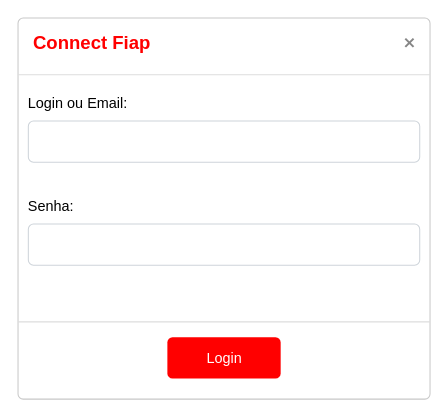
The draw.io diagram page "Login" (1 of 2) of prototipo-login.drawio in profalexanderalbuquerque/projeto-web, before the edit. Source tidied: cells renumbered, new cells numbered last; positions are measured from the earlier drawing's top-left corner, leaving out a move shared by most shapes. Both pictures are drawn from the tidied source at 103%, with x=0, y=0 at pixel (18, 18).
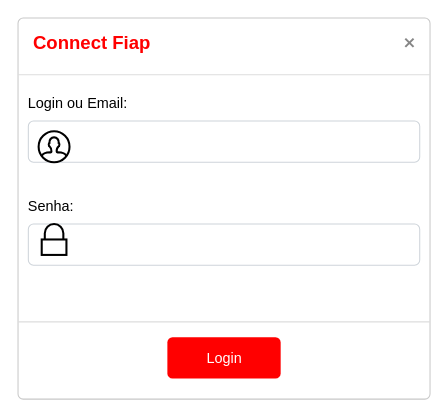
Above is the later version.

Commit message:
Ajuste de icones nas caixas de texto

Change to the diagram source:
```diff
@@
 <mxGraphModel>
   <root>
     <mxCell id="0" />
     <mxCell id="1" parent="0" />
     <mxCell id="2" value="Connect Fiap" style="html=1;shadow=0;dashed=0;shape=mxgraph.bootstrap.rrect;rSize=5;html=1;strokeColor=#C8C8C8;fillColor=#ffffff;whiteSpace=wrap;verticalAlign=top;align=left;fontSize=18;spacing=15;spacingTop=-5;rounded=1;fontStyle=1;fontColor=#FF0000;" parent="1" vertex="1">
       <mxGeometry width="400" height="370" as="geometry" />
     </mxCell>
     <mxCell id="3" style="shape=line;strokeColor=#dddddd;rounded=1;" parent="2" vertex="1">
       <mxGeometry width="400" height="10" relative="1" as="geometry">
         <mxPoint y="50" as="offset" />
       </mxGeometry>
     </mxCell>
     <mxCell id="4" style="html=1;shadow=0;dashed=0;shape=mxgraph.bootstrap.x;strokeColor=#868686;strokeWidth=2;rounded=1;" parent="2" vertex="1">
       <mxGeometry x="1" width="8" height="8" relative="1" as="geometry">
         <mxPoint x="-24" y="20" as="offset" />
       </mxGeometry>
     </mxCell>
     <mxCell id="5" value="Login ou Email:" style="strokeColor=none;fillColor=none;align=left;verticalAlign=top;spacing=10;fontSize=14;whiteSpace=wrap;html=1;rounded=1;" parent="2" vertex="1">
       <mxGeometry width="400" height="40" relative="1" as="geometry">
         <mxPoint y="60" as="offset" />
       </mxGeometry>
     </mxCell>
     <mxCell id="6" style="html=1;shadow=0;dashed=0;shape=mxgraph.bootstrap.rrect;rSize=5;strokeColor=#CED4DA;fillColor=none;align=left;verticalAlign=middle;spacing=10;fontSize=14;whiteSpace=wrap;html=1;rounded=1;" parent="2" vertex="1">
       <mxGeometry width="380" height="40" relative="1" as="geometry">
         <mxPoint x="10" y="100" as="offset" />
       </mxGeometry>
     </mxCell>
     <mxCell id="7" value="Senha:" style="strokeColor=none;fillColor=none;align=left;verticalAlign=top;spacing=10;fontSize=14;whiteSpace=wrap;html=1;rounded=1;" parent="2" vertex="1">
       <mxGeometry width="400" height="40" relative="1" as="geometry">
         <mxPoint y="160" as="offset" />
       </mxGeometry>
     </mxCell>
     <mxCell id="8" style="html=1;shadow=0;dashed=0;shape=mxgraph.bootstrap.rrect;rSize=5;strokeColor=#CED4DA;fillColor=none;align=left;verticalAlign=middle;spacing=10;fontSize=14;whiteSpace=wrap;html=1;rounded=1;" parent="2" vertex="1">
       <mxGeometry width="380" height="40" relative="1" as="geometry">
         <mxPoint x="10" y="200" as="offset" />
       </mxGeometry>
     </mxCell>
     <mxCell id="9" style="shape=line;strokeColor=#dddddd;rounded=1;" parent="2" vertex="1">
       <mxGeometry width="400" height="10" relative="1" as="geometry">
         <mxPoint y="290" as="offset" />
       </mxGeometry>
     </mxCell>
     <mxCell id="10" value="Login" style="html=1;shadow=0;dashed=0;shape=mxgraph.bootstrap.rrect;rSize=5;fillColor=#FF0000;strokeColor=none;fontColor=#FFFFFF;fontSize=14;rounded=1;" parent="2" vertex="1">
       <mxGeometry x="1" y="1" width="110" height="40" relative="1" as="geometry">
         <mxPoint x="-255" y="-60" as="offset" />
       </mxGeometry>
     </mxCell>
+    <mxCell id="11" style="html=1;verticalLabelPosition=bottom;align=center;labelBackgroundColor=#ffffff;verticalAlign=top;strokeWidth=2;strokeColor=#000000;shadow=0;dashed=0;shape=mxgraph.ios7.icons.user;rounded=1;fontColor=#FFFFFF;fillColor=#FFFFFF;" parent="2" vertex="1">
+      <mxGeometry x="20" y="110" width="30" height="30" as="geometry" />
+    </mxCell>
+    <mxCell id="12" style="html=1;verticalLabelPosition=bottom;align=center;labelBackgroundColor=#ffffff;verticalAlign=top;strokeWidth=2;strokeColor=#000000;shadow=0;dashed=0;shape=mxgraph.ios7.icons.locked;rounded=1;fontColor=#FFFFFF;fillColor=#FFFFFF;" parent="2" vertex="1">
+      <mxGeometry x="23" y="200" width="24" height="30" as="geometry" />
+    </mxCell>
   </root>
 </mxGraphModel>
```
